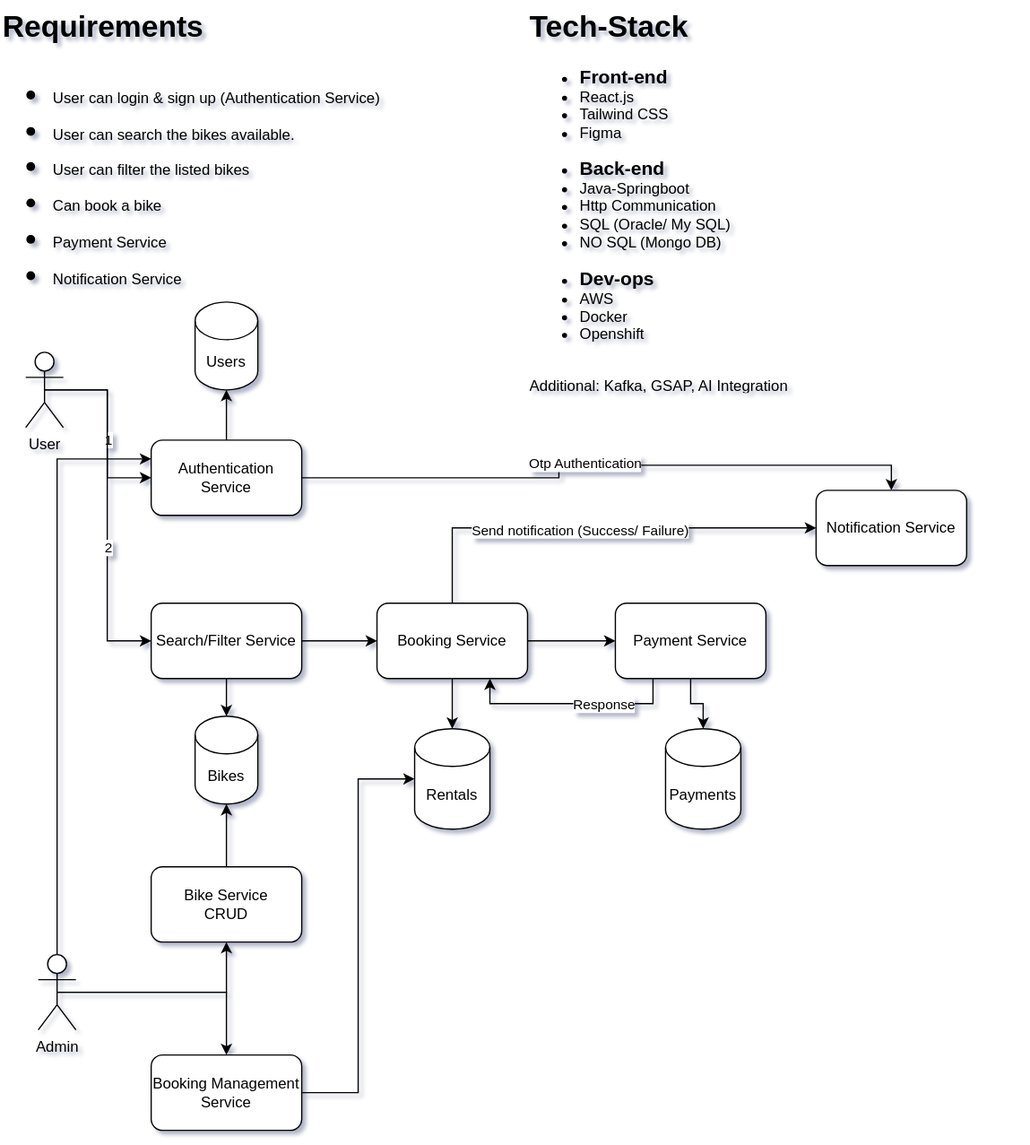
bike-rental-org/Draft-Arch keeps this draw.io diagram as RydeMithra.drawio.svg. Above is the earlier version. Source tidied: cells renumbered, new cells last; positions are measured from the earlier drawing's top-left corner, leaving out a move shared by most shapes.
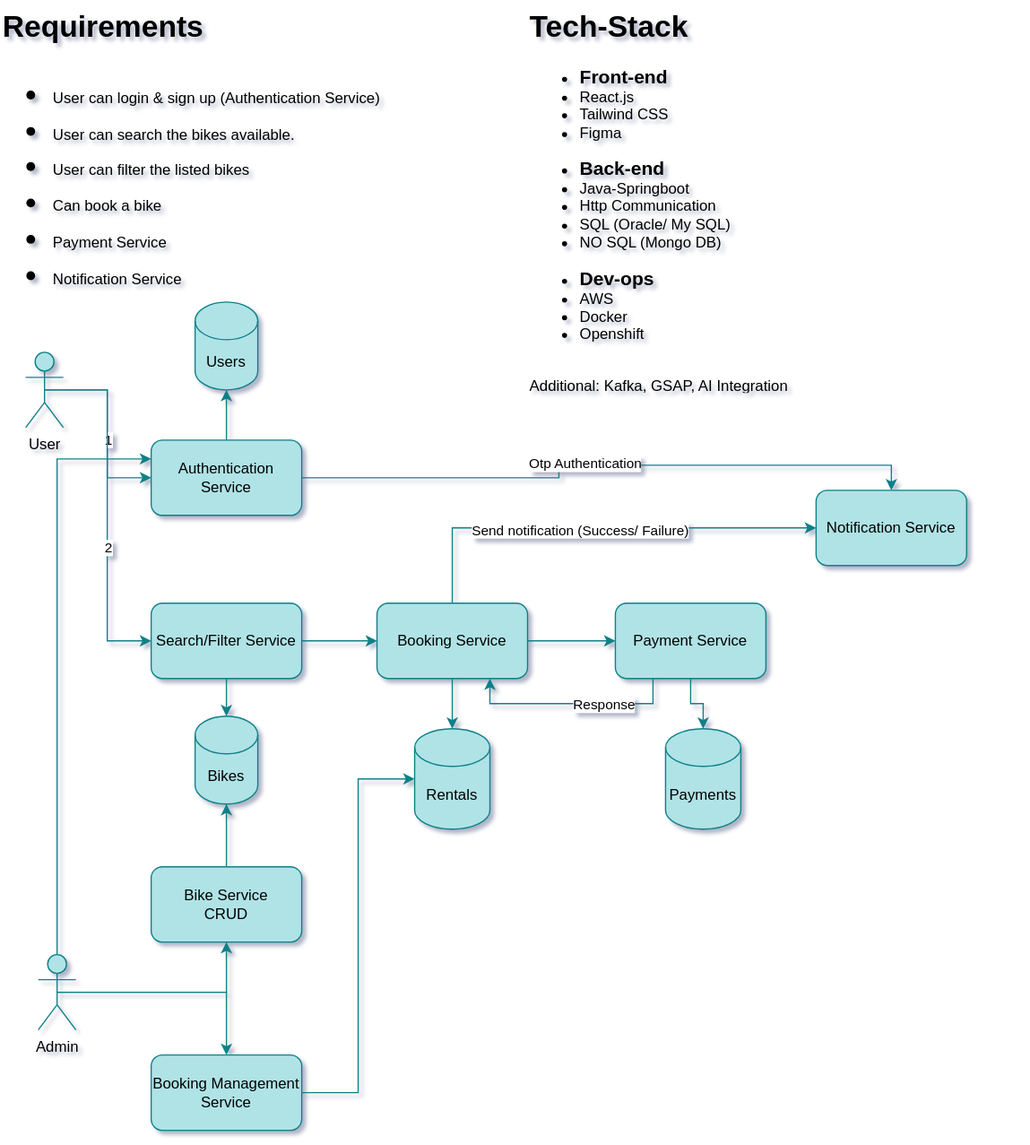
The same file after the commit.

Change to the diagram source:
```diff
@@ -1,11 +1,11 @@
-<mxGraphModel background="light-dark(#FFFFFF,#000000)" shadow="1">
+<mxGraphModel background="light-dark(#FFFFFF,#001933)" shadow="1">
   <root>
     <mxCell id="0" />
     <mxCell id="1" parent="0" />
     <mxCell id="2" value="&lt;h1 style=&quot;margin-top: 0px;&quot;&gt;Requirements&lt;/h1&gt;&lt;h1 style=&quot;margin-top: 0px;&quot;&gt;&lt;ul&gt;&lt;li&gt;&lt;span style=&quot;font-size: 12px; font-weight: 400;&quot;&gt;User can login &amp;amp; sign up (Authentication Service)&lt;/span&gt;&lt;/li&gt;&lt;li&gt;&lt;span style=&quot;font-size: 12px; font-weight: 400;&quot;&gt;User can search the bikes available.&lt;/span&gt;&lt;/li&gt;&lt;li&gt;&lt;span style=&quot;font-size: 12px; font-weight: 400;&quot;&gt;User can filter the listed bikes&lt;/span&gt;&lt;/li&gt;&lt;li&gt;&lt;span style=&quot;font-size: 12px; font-weight: 400;&quot;&gt;Can book a bike&lt;/span&gt;&lt;/li&gt;&lt;li&gt;&lt;span style=&quot;font-size: 12px; font-weight: 400;&quot;&gt;Payment Service&lt;/span&gt;&lt;/li&gt;&lt;li&gt;&lt;span style=&quot;font-size: 12px; font-weight: 400;&quot;&gt;Notification Service&lt;/span&gt;&lt;/li&gt;&lt;/ul&gt;&lt;/h1&gt;" style="text;html=1;whiteSpace=wrap;overflow=hidden;rounded=0;" parent="1" vertex="1">
       <mxGeometry width="310" height="290" as="geometry" />
     </mxCell>
-    <mxCell id="3" style="edgeStyle=orthogonalEdgeStyle;rounded=0;jettySize=auto;html=1;exitX=0.5;exitY=0.5;exitDx=0;exitDy=0;exitPerimeter=0;entryX=0;entryY=0.5;entryDx=0;entryDy=0;" parent="1" edge="1" source="7" target="14">
+    <mxCell id="3" style="edgeStyle=orthogonalEdgeStyle;rounded=0;jettySize=auto;html=1;exitX=0.5;exitY=0.5;exitDx=0;exitDy=0;exitPerimeter=0;entryX=0;entryY=0.5;entryDx=0;entryDy=0;fillColor=#b0e3e6;strokeColor=#0e8088;" parent="1" edge="1" source="7" target="14">
       <mxGeometry relative="1" as="geometry" />
     </mxCell>
     <mxCell id="4" value="1" style="edgeLabel;html=1;align=center;verticalAlign=middle;" parent="3" vertex="1">
@@ -13,7 +13,7 @@
         <mxPoint y="1" as="offset" />
       </mxGeometry>
     </mxCell>
-    <mxCell id="5" style="edgeStyle=orthogonalEdgeStyle;rounded=0;jettySize=auto;html=1;exitX=0.5;exitY=0.5;exitDx=0;exitDy=0;exitPerimeter=0;entryX=0;entryY=0.5;entryDx=0;entryDy=0;" parent="1" edge="1" source="7" target="10">
+    <mxCell id="5" style="edgeStyle=orthogonalEdgeStyle;rounded=0;jettySize=auto;html=1;exitX=0.5;exitY=0.5;exitDx=0;exitDy=0;exitPerimeter=0;entryX=0;entryY=0.5;entryDx=0;entryDy=0;fillColor=#b0e3e6;strokeColor=#0e8088;" parent="1" edge="1" source="7" target="10">
       <mxGeometry relative="1" as="geometry">
         <Array as="points">
           <mxPoint x="85" y="310" />
@@ -24,22 +24,22 @@
     <mxCell id="6" value="2" style="edgeLabel;html=1;align=center;verticalAlign=middle;" parent="5" vertex="1">
       <mxGeometry x="0.23" relative="1" as="geometry" />
     </mxCell>
-    <mxCell id="7" value="User" style="shape=umlActor;verticalLabelPosition=bottom;verticalAlign=top;html=1;outlineConnect=0;" parent="1" vertex="1">
+    <mxCell id="7" value="User" style="shape=umlActor;verticalLabelPosition=bottom;verticalAlign=top;html=1;outlineConnect=0;fillColor=#b0e3e6;strokeColor=#0e8088;" parent="1" vertex="1">
       <mxGeometry x="20" y="280" width="30" height="60" as="geometry" />
     </mxCell>
-    <mxCell id="8" style="edgeStyle=orthogonalEdgeStyle;rounded=0;jettySize=auto;html=1;exitX=0.5;exitY=1;exitDx=0;exitDy=0;" parent="1" edge="1" source="10" target="11">
+    <mxCell id="8" style="edgeStyle=orthogonalEdgeStyle;rounded=0;jettySize=auto;html=1;exitX=0.5;exitY=1;exitDx=0;exitDy=0;fillColor=#b0e3e6;strokeColor=#0e8088;" parent="1" edge="1" source="10" target="11">
       <mxGeometry relative="1" as="geometry" />
     </mxCell>
-    <mxCell id="9" style="edgeStyle=orthogonalEdgeStyle;rounded=0;jettySize=auto;html=1;exitX=1;exitY=0.5;exitDx=0;exitDy=0;" parent="1" edge="1" source="10" target="21">
+    <mxCell id="9" style="edgeStyle=orthogonalEdgeStyle;rounded=0;jettySize=auto;html=1;exitX=1;exitY=0.5;exitDx=0;exitDy=0;fillColor=#b0e3e6;strokeColor=#0e8088;" parent="1" edge="1" source="10" target="21">
       <mxGeometry relative="1" as="geometry" />
     </mxCell>
-    <mxCell id="10" value="Search/Filter Service" style="rounded=1;whiteSpace=wrap;html=1;" parent="1" vertex="1">
+    <mxCell id="10" value="Search/Filter Service" style="rounded=1;whiteSpace=wrap;html=1;fillColor=#b0e3e6;strokeColor=#0e8088;" parent="1" vertex="1">
       <mxGeometry x="120" y="480" width="120" height="60" as="geometry" />
     </mxCell>
-    <mxCell id="11" value="Bikes" style="shape=cylinder3;whiteSpace=wrap;html=1;boundedLbl=1;backgroundOutline=1;size=15;" parent="1" vertex="1">
+    <mxCell id="11" value="Bikes" style="shape=cylinder3;whiteSpace=wrap;html=1;boundedLbl=1;backgroundOutline=1;size=15;fillColor=#b0e3e6;strokeColor=#0e8088;" parent="1" vertex="1">
       <mxGeometry x="155" y="570" width="50" height="70" as="geometry" />
     </mxCell>
-    <mxCell id="12" style="edgeStyle=orthogonalEdgeStyle;rounded=0;jettySize=auto;html=1;exitX=1;exitY=0.5;exitDx=0;exitDy=0;entryX=0.5;entryY=0;entryDx=0;entryDy=0;" parent="1" edge="1" source="14" target="26">
+    <mxCell id="12" style="edgeStyle=orthogonalEdgeStyle;rounded=0;jettySize=auto;html=1;exitX=1;exitY=0.5;exitDx=0;exitDy=0;entryX=0.5;entryY=0;entryDx=0;entryDy=0;fillColor=#b0e3e6;strokeColor=#0e8088;" parent="1" edge="1" source="14" target="26">
       <mxGeometry relative="1" as="geometry" />
     </mxCell>
     <mxCell id="13" value="Otp Authentication" style="edgeLabel;html=1;align=center;verticalAlign=middle;" parent="12" vertex="1">
@@ -47,22 +47,22 @@
         <mxPoint y="1" as="offset" />
       </mxGeometry>
     </mxCell>
-    <mxCell id="14" value="Authentication Service" style="rounded=1;whiteSpace=wrap;html=1;" parent="1" vertex="1">
+    <mxCell id="14" value="Authentication Service" style="rounded=1;whiteSpace=wrap;html=1;fillColor=#b0e3e6;strokeColor=#0e8088;" parent="1" vertex="1">
       <mxGeometry x="120" y="350" width="120" height="60" as="geometry" />
     </mxCell>
-    <mxCell id="15" value="Users" style="shape=cylinder3;whiteSpace=wrap;html=1;boundedLbl=1;backgroundOutline=1;size=15;" parent="1" vertex="1">
+    <mxCell id="15" value="Users" style="shape=cylinder3;whiteSpace=wrap;html=1;boundedLbl=1;backgroundOutline=1;size=15;fillColor=#b0e3e6;strokeColor=#0e8088;" parent="1" vertex="1">
       <mxGeometry x="155" y="240" width="50" height="70" as="geometry" />
     </mxCell>
-    <mxCell id="16" style="edgeStyle=orthogonalEdgeStyle;rounded=0;jettySize=auto;html=1;exitX=0.5;exitY=0;exitDx=0;exitDy=0;entryX=0.5;entryY=1;entryDx=0;entryDy=0;entryPerimeter=0;" parent="1" edge="1" source="14" target="15">
+    <mxCell id="16" style="edgeStyle=orthogonalEdgeStyle;rounded=0;jettySize=auto;html=1;exitX=0.5;exitY=0;exitDx=0;exitDy=0;entryX=0.5;entryY=1;entryDx=0;entryDy=0;entryPerimeter=0;fillColor=#b0e3e6;strokeColor=#0e8088;" parent="1" edge="1" source="14" target="15">
       <mxGeometry relative="1" as="geometry" />
     </mxCell>
-    <mxCell id="17" style="edgeStyle=orthogonalEdgeStyle;rounded=0;jettySize=auto;html=1;exitX=1;exitY=0.5;exitDx=0;exitDy=0;entryX=0;entryY=0.5;entryDx=0;entryDy=0;" parent="1" edge="1" source="21" target="24">
+    <mxCell id="17" style="edgeStyle=orthogonalEdgeStyle;rounded=0;jettySize=auto;html=1;exitX=1;exitY=0.5;exitDx=0;exitDy=0;entryX=0;entryY=0.5;entryDx=0;entryDy=0;fillColor=#b0e3e6;strokeColor=#0e8088;" parent="1" edge="1" source="21" target="24">
       <mxGeometry relative="1" as="geometry" />
     </mxCell>
-    <mxCell id="18" style="edgeStyle=orthogonalEdgeStyle;rounded=0;jettySize=auto;html=1;exitX=0.5;exitY=1;exitDx=0;exitDy=0;" parent="1" edge="1" source="21" target="25">
+    <mxCell id="18" style="edgeStyle=orthogonalEdgeStyle;rounded=0;jettySize=auto;html=1;exitX=0.5;exitY=1;exitDx=0;exitDy=0;fillColor=#b0e3e6;strokeColor=#0e8088;" parent="1" edge="1" source="21" target="25">
       <mxGeometry relative="1" as="geometry" />
     </mxCell>
-    <mxCell id="19" style="edgeStyle=orthogonalEdgeStyle;rounded=0;jettySize=auto;html=1;exitX=0.5;exitY=0;exitDx=0;exitDy=0;entryX=0;entryY=0.5;entryDx=0;entryDy=0;" parent="1" edge="1" source="21" target="26">
+    <mxCell id="19" style="edgeStyle=orthogonalEdgeStyle;rounded=0;jettySize=auto;html=1;exitX=0.5;exitY=0;exitDx=0;exitDy=0;entryX=0;entryY=0.5;entryDx=0;entryDy=0;fillColor=#b0e3e6;strokeColor=#0e8088;" parent="1" edge="1" source="21" target="26">
       <mxGeometry relative="1" as="geometry" />
     </mxCell>
     <mxCell id="20" value="Send notification (Success/ Failure)" style="edgeLabel;html=1;align=center;verticalAlign=middle;" parent="19" vertex="1">
@@ -70,52 +70,52 @@
         <mxPoint y="1" as="offset" />
       </mxGeometry>
     </mxCell>
-    <mxCell id="21" value="Booking Service" style="rounded=1;whiteSpace=wrap;html=1;" parent="1" vertex="1">
+    <mxCell id="21" value="Booking Service" style="rounded=1;whiteSpace=wrap;html=1;fillColor=#b0e3e6;strokeColor=#0e8088;" parent="1" vertex="1">
       <mxGeometry x="300" y="480" width="120" height="60" as="geometry" />
     </mxCell>
-    <mxCell id="22" style="edgeStyle=orthogonalEdgeStyle;rounded=0;jettySize=auto;html=1;exitX=0.25;exitY=1;exitDx=0;exitDy=0;entryX=0.75;entryY=1;entryDx=0;entryDy=0;" parent="1" edge="1" source="24" target="21">
+    <mxCell id="22" style="edgeStyle=orthogonalEdgeStyle;rounded=0;jettySize=auto;html=1;exitX=0.25;exitY=1;exitDx=0;exitDy=0;entryX=0.75;entryY=1;entryDx=0;entryDy=0;fillColor=#b0e3e6;strokeColor=#0e8088;" parent="1" edge="1" source="24" target="21">
       <mxGeometry relative="1" as="geometry" />
     </mxCell>
     <mxCell id="23" value="Response" style="edgeLabel;html=1;align=center;verticalAlign=middle;" parent="22" vertex="1">
       <mxGeometry x="-0.29" relative="1" as="geometry" />
     </mxCell>
-    <mxCell id="24" value="Payment Service" style="rounded=1;whiteSpace=wrap;html=1;" parent="1" vertex="1">
+    <mxCell id="24" value="Payment Service" style="rounded=1;whiteSpace=wrap;html=1;fillColor=#b0e3e6;strokeColor=#0e8088;" parent="1" vertex="1">
       <mxGeometry x="490" y="480" width="120" height="60" as="geometry" />
     </mxCell>
-    <mxCell id="25" value="Rentals" style="shape=cylinder3;whiteSpace=wrap;html=1;boundedLbl=1;backgroundOutline=1;size=15;" parent="1" vertex="1">
+    <mxCell id="25" value="Rentals" style="shape=cylinder3;whiteSpace=wrap;html=1;boundedLbl=1;backgroundOutline=1;size=15;fillColor=#b0e3e6;strokeColor=#0e8088;" parent="1" vertex="1">
       <mxGeometry x="330" y="580" width="60" height="80" as="geometry" />
     </mxCell>
-    <mxCell id="26" value="Notification Service" style="rounded=1;whiteSpace=wrap;html=1;" parent="1" vertex="1">
+    <mxCell id="26" value="Notification Service" style="rounded=1;whiteSpace=wrap;html=1;fillColor=#b0e3e6;strokeColor=#0e8088;" parent="1" vertex="1">
       <mxGeometry x="650" y="390" width="120" height="60" as="geometry" />
     </mxCell>
-    <mxCell id="27" style="edgeStyle=orthogonalEdgeStyle;rounded=0;jettySize=auto;html=1;exitX=0.5;exitY=0;exitDx=0;exitDy=0;exitPerimeter=0;entryX=0;entryY=0.25;entryDx=0;entryDy=0;" parent="1" edge="1" source="30" target="14">
+    <mxCell id="27" style="edgeStyle=orthogonalEdgeStyle;rounded=0;jettySize=auto;html=1;exitX=0.5;exitY=0;exitDx=0;exitDy=0;exitPerimeter=0;entryX=0;entryY=0.25;entryDx=0;entryDy=0;fillColor=#b0e3e6;strokeColor=#0e8088;" parent="1" edge="1" source="30" target="14">
       <mxGeometry relative="1" as="geometry" />
     </mxCell>
-    <mxCell id="28" style="edgeStyle=orthogonalEdgeStyle;rounded=0;jettySize=auto;html=1;exitX=0.5;exitY=0.5;exitDx=0;exitDy=0;exitPerimeter=0;" parent="1" edge="1" source="30" target="31">
+    <mxCell id="28" style="edgeStyle=orthogonalEdgeStyle;rounded=0;jettySize=auto;html=1;exitX=0.5;exitY=0.5;exitDx=0;exitDy=0;exitPerimeter=0;fillColor=#b0e3e6;strokeColor=#0e8088;" parent="1" edge="1" source="30" target="31">
       <mxGeometry relative="1" as="geometry" />
     </mxCell>
-    <mxCell id="29" style="edgeStyle=orthogonalEdgeStyle;rounded=0;jettySize=auto;html=1;exitX=0.5;exitY=0.5;exitDx=0;exitDy=0;exitPerimeter=0;" parent="1" edge="1" source="30" target="35">
+    <mxCell id="29" style="edgeStyle=orthogonalEdgeStyle;rounded=0;jettySize=auto;html=1;exitX=0.5;exitY=0.5;exitDx=0;exitDy=0;exitPerimeter=0;fillColor=#b0e3e6;strokeColor=#0e8088;" parent="1" edge="1" source="30" target="35">
       <mxGeometry relative="1" as="geometry" />
     </mxCell>
-    <mxCell id="30" value="Admin" style="shape=umlActor;verticalLabelPosition=bottom;verticalAlign=top;html=1;outlineConnect=0;" parent="1" vertex="1">
+    <mxCell id="30" value="Admin" style="shape=umlActor;verticalLabelPosition=bottom;verticalAlign=top;html=1;outlineConnect=0;fillColor=#b0e3e6;strokeColor=#0e8088;" parent="1" vertex="1">
       <mxGeometry x="30" y="760" width="30" height="60" as="geometry" />
     </mxCell>
-    <mxCell id="31" value="Bike Service&lt;div&gt;CRUD&lt;/div&gt;" style="rounded=1;whiteSpace=wrap;html=1;" parent="1" vertex="1">
+    <mxCell id="31" value="Bike Service&lt;div&gt;CRUD&lt;/div&gt;" style="rounded=1;whiteSpace=wrap;html=1;fillColor=#b0e3e6;strokeColor=#0e8088;" parent="1" vertex="1">
       <mxGeometry x="120" y="690" width="120" height="60" as="geometry" />
     </mxCell>
-    <mxCell id="32" style="edgeStyle=orthogonalEdgeStyle;rounded=0;jettySize=auto;html=1;exitX=0.5;exitY=0;exitDx=0;exitDy=0;entryX=0.5;entryY=1;entryDx=0;entryDy=0;entryPerimeter=0;" parent="1" edge="1" source="31" target="11">
+    <mxCell id="32" style="edgeStyle=orthogonalEdgeStyle;rounded=0;jettySize=auto;html=1;exitX=0.5;exitY=0;exitDx=0;exitDy=0;entryX=0.5;entryY=1;entryDx=0;entryDy=0;entryPerimeter=0;fillColor=#b0e3e6;strokeColor=#0e8088;" parent="1" edge="1" source="31" target="11">
       <mxGeometry relative="1" as="geometry" />
     </mxCell>
-    <mxCell id="33" value="Payments" style="shape=cylinder3;whiteSpace=wrap;html=1;boundedLbl=1;backgroundOutline=1;size=15;" parent="1" vertex="1">
+    <mxCell id="33" value="Payments" style="shape=cylinder3;whiteSpace=wrap;html=1;boundedLbl=1;backgroundOutline=1;size=15;fillColor=#b0e3e6;strokeColor=#0e8088;" parent="1" vertex="1">
       <mxGeometry x="530" y="580" width="60" height="80" as="geometry" />
     </mxCell>
-    <mxCell id="34" style="edgeStyle=orthogonalEdgeStyle;rounded=0;jettySize=auto;html=1;exitX=0.5;exitY=1;exitDx=0;exitDy=0;entryX=0.5;entryY=0;entryDx=0;entryDy=0;entryPerimeter=0;" parent="1" edge="1" source="24" target="33">
+    <mxCell id="34" style="edgeStyle=orthogonalEdgeStyle;rounded=0;jettySize=auto;html=1;exitX=0.5;exitY=1;exitDx=0;exitDy=0;entryX=0.5;entryY=0;entryDx=0;entryDy=0;entryPerimeter=0;fillColor=#b0e3e6;strokeColor=#0e8088;" parent="1" edge="1" source="24" target="33">
       <mxGeometry relative="1" as="geometry" />
     </mxCell>
-    <mxCell id="35" value="Booking Management Service" style="rounded=1;whiteSpace=wrap;html=1;" parent="1" vertex="1">
+    <mxCell id="35" value="Booking Management Service" style="rounded=1;whiteSpace=wrap;html=1;fillColor=#b0e3e6;strokeColor=#0e8088;" parent="1" vertex="1">
       <mxGeometry x="120" y="840" width="120" height="60" as="geometry" />
     </mxCell>
-    <mxCell id="36" style="edgeStyle=orthogonalEdgeStyle;rounded=0;jettySize=auto;html=1;exitX=1;exitY=0.5;exitDx=0;exitDy=0;entryX=0;entryY=0.5;entryDx=0;entryDy=0;entryPerimeter=0;" parent="1" edge="1" source="35" target="25">
+    <mxCell id="36" style="edgeStyle=orthogonalEdgeStyle;rounded=0;jettySize=auto;html=1;exitX=1;exitY=0.5;exitDx=0;exitDy=0;entryX=0;entryY=0.5;entryDx=0;entryDy=0;entryPerimeter=0;fillColor=#b0e3e6;strokeColor=#0e8088;" parent="1" edge="1" source="35" target="25">
       <mxGeometry relative="1" as="geometry" />
     </mxCell>
     <mxCell id="37" value="&lt;h1 style=&quot;margin-top: 0px;&quot;&gt;Tech-Stack&lt;/h1&gt;&lt;div&gt;&lt;ul&gt;&lt;li&gt;&lt;font style=&quot;font-weight: bold; font-size: 15px;&quot;&gt;Front-end&lt;/font&gt;&lt;/li&gt;&lt;li&gt;React.js&lt;/li&gt;&lt;li&gt;Tailwind CSS&lt;/li&gt;&lt;li&gt;Figma&lt;/li&gt;&lt;/ul&gt;&lt;/div&gt;&lt;div&gt;&lt;ul&gt;&lt;li&gt;&lt;font style=&quot;font-weight: bold; font-size: 15px;&quot;&gt;Back-end&lt;/font&gt;&lt;/li&gt;&lt;li&gt;Java-Springboot&lt;/li&gt;&lt;li&gt;Http Communication&lt;/li&gt;&lt;li&gt;SQL (Oracle/ My SQL)&lt;/li&gt;&lt;li&gt;NO SQL (Mongo DB)&lt;/li&gt;&lt;/ul&gt;&lt;/div&gt;&lt;div&gt;&lt;ul&gt;&lt;li&gt;&lt;span style=&quot;font-size: 15px;&quot;&gt;&lt;b&gt;Dev-ops&lt;/b&gt;&lt;/span&gt;&lt;/li&gt;&lt;li&gt;AWS&lt;/li&gt;&lt;li&gt;Docker&lt;/li&gt;&lt;li&gt;Openshift&lt;/li&gt;&lt;/ul&gt;&lt;div&gt;&lt;br&gt;&lt;/div&gt;&lt;/div&gt;&lt;div&gt;Additional: Kafka, GSAP, AI Integration&lt;/div&gt;" style="text;html=1;whiteSpace=wrap;overflow=hidden;rounded=0;" parent="1" vertex="1">
```
